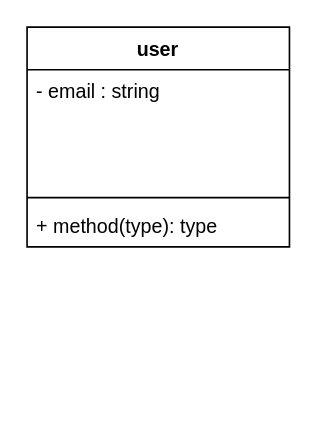
Before: src/Files/UML/Diagramme_Class.drawio in Ayoub-BenOmar/Youdemy, a draw.io diagram. Source tidied: cells renumbered, new cells numbered last; positions are measured from the earlier drawing's top-left corner, leaving out a move shared by most shapes. Both pictures are drawn from the tidied source at 164%, with x=0, y=0 at pixel (26, 26).
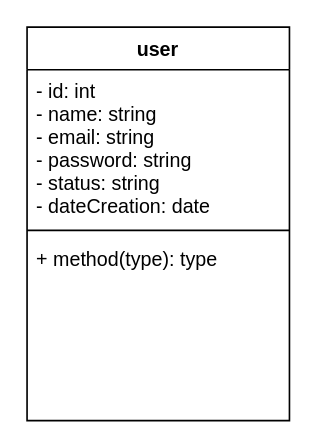
The same diagram, later.

What changed in the source:
```diff
@@
 <mxGraphModel background="#FFFFFF">
   <root>
     <mxCell id="0" />
     <mxCell id="1" parent="0" />
     <mxCell id="2" value="user" style="swimlane;fontStyle=1;align=center;verticalAlign=top;horizontal=1;startSize=26;strokeColor=#000000;fillColor=#FFFFFF;fontColor=#000000;" parent="1" vertex="1">
-      <mxGeometry width="160" height="134" as="geometry" />
+      <mxGeometry width="160" height="240" as="geometry" />
     </mxCell>
-    <mxCell id="3" value="- email : string&#10;" style="text;strokeColor=none;fillColor=none;align=left;verticalAlign=top;spacingLeft=4;spacingRight=4;overflow=hidden;fontColor=#000000;" parent="2" vertex="1">
-      <mxGeometry y="26" width="160" height="74" as="geometry" />
+    <mxCell id="3" value="- id: int&#10;- name: string&#10;- email: string&#10;- password: string&#10;- status: string&#10;- dateCreation: date" style="text;strokeColor=none;fillColor=none;align=left;verticalAlign=top;spacingLeft=4;spacingRight=4;overflow=hidden;fontColor=#000000;" parent="2" vertex="1">
+      <mxGeometry y="26" width="160" height="94" as="geometry" />
     </mxCell>
     <mxCell id="4" style="line;strokeWidth=1;fillColor=none;align=left;verticalAlign=middle;spacingTop=-1;spacingLeft=3;spacingRight=3;labelPosition=right;strokeColor=inherit;" parent="2" vertex="1">
-      <mxGeometry y="100" width="160" height="8" as="geometry" />
+      <mxGeometry y="120" width="160" height="8" as="geometry" />
     </mxCell>
     <mxCell id="5" value="+ method(type): type" style="text;strokeColor=none;fillColor=none;align=left;verticalAlign=top;spacingLeft=4;spacingRight=4;overflow=hidden;fontColor=#000000;" parent="2" vertex="1">
-      <mxGeometry y="108" width="160" height="26" as="geometry" />
+      <mxGeometry y="128" width="160" height="112" as="geometry" />
     </mxCell>
   </root>
 </mxGraphModel>
```
